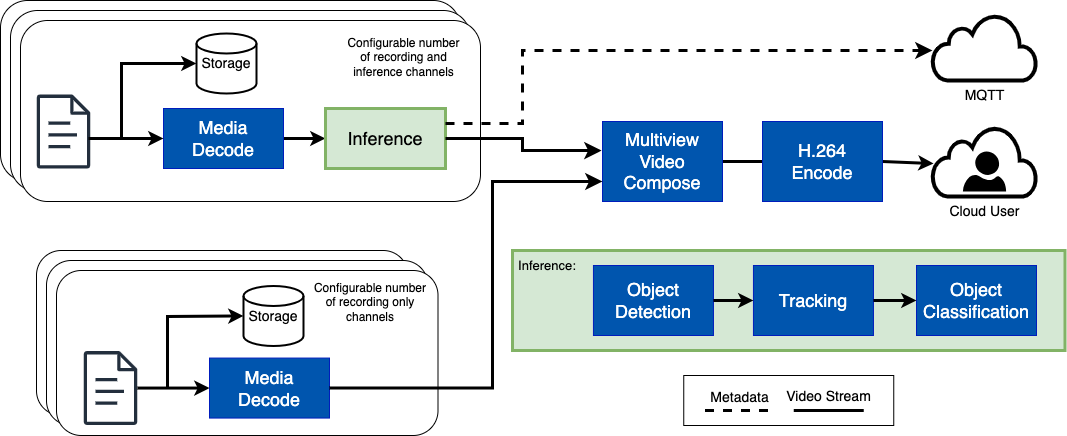
Above: tools/visual-pipeline-and-platform-evaluation-tool/pipelines/smartnvr/diagram.png in open-edge-platform/edge-ai-libraries (draw.io), before the change. Source tidied: cells renumbered, new cells last; positions are measured from the earlier drawing's top-left corner, leaving out a move shared by most shapes.
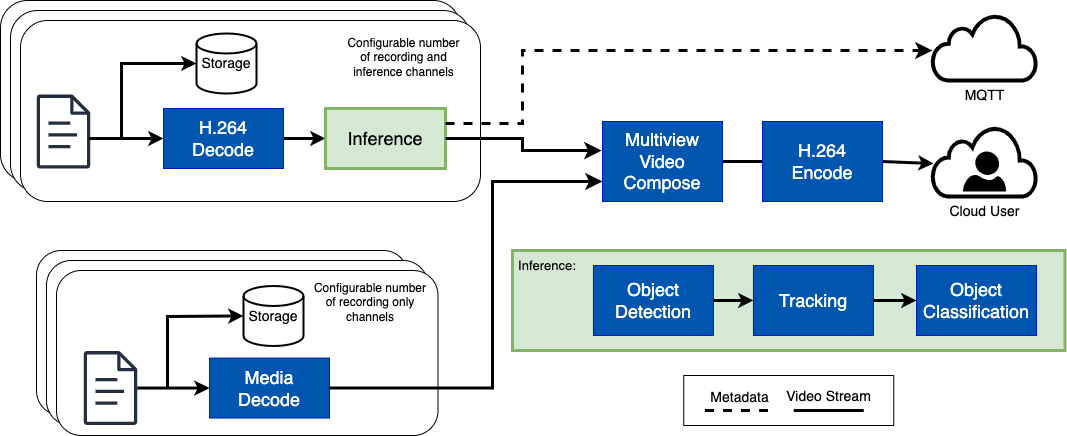
Later version of the same file.

Commit message:
[ViPPET] [SmartNVR] Update pipeline diagram - H264 Decode

Diff of the diagram source:
```diff
@@ -49,7 +49,7 @@
     <mxCell id="14" style="edgeStyle=none;html=1;exitX=1;exitY=0.5;exitDx=0;exitDy=0;entryX=0;entryY=0.5;entryDx=0;entryDy=0;strokeWidth=3;" parent="1" edge="1" source="15" target="16">
       <mxGeometry relative="1" as="geometry" />
     </mxCell>
-    <mxCell id="15" value="Media&lt;br&gt;Decode" style="rounded=0;whiteSpace=wrap;html=1;fillColor=light-dark(#0055ae, #6db2ff);fontColor=#ffffff;strokeColor=#001DBC;fontSize=18;" parent="1" vertex="1">
+    <mxCell id="15" value="H.264&lt;br&gt;Decode" style="rounded=0;whiteSpace=wrap;html=1;fillColor=light-dark(#0055ae, #6db2ff);fontColor=#ffffff;strokeColor=#001DBC;fontSize=18;" parent="1" vertex="1">
       <mxGeometry x="163" y="108" width="120" height="60" as="geometry" />
     </mxCell>
     <mxCell id="16" value="Inference" style="rounded=0;whiteSpace=wrap;html=1;fillColor=#d5e8d4;strokeColor=#82b366;fontSize=18;strokeWidth=3;" parent="1" vertex="1">
```
